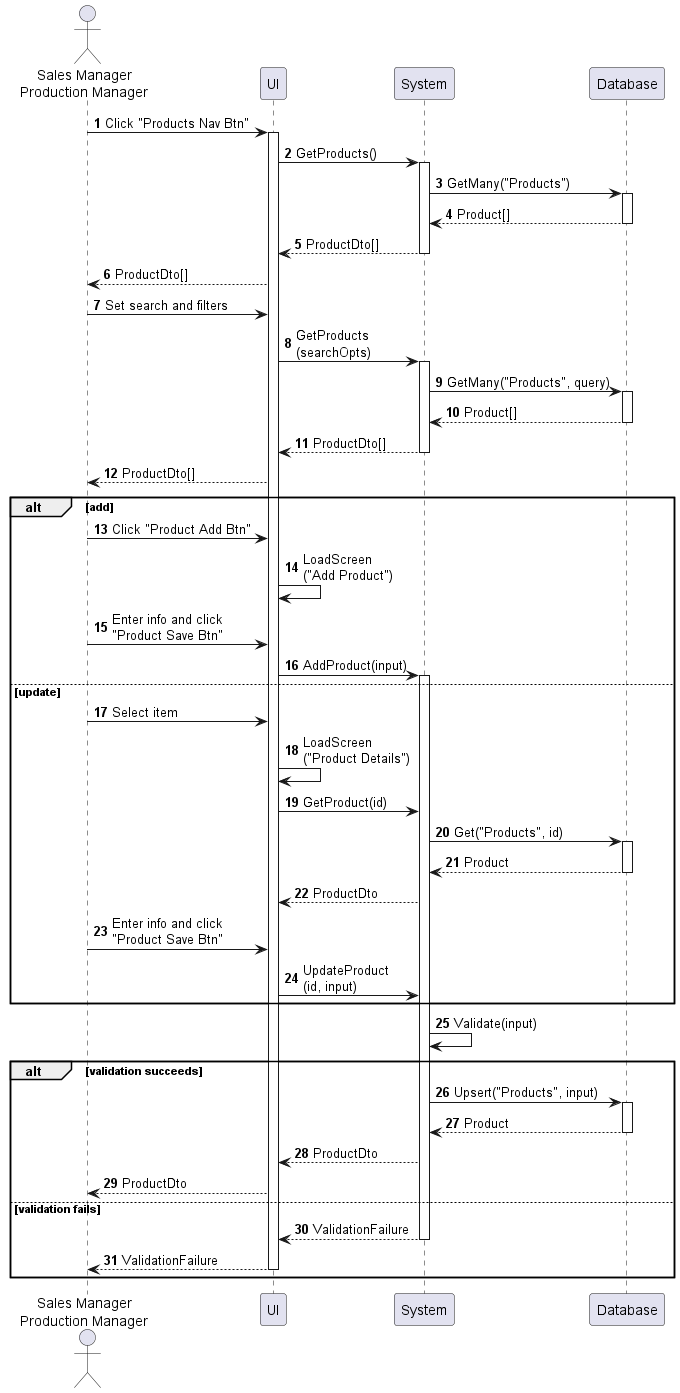
This is sequences/product-enter.png from phihungha/scmss-reqs, a PlantUML export, as it was before one commit.
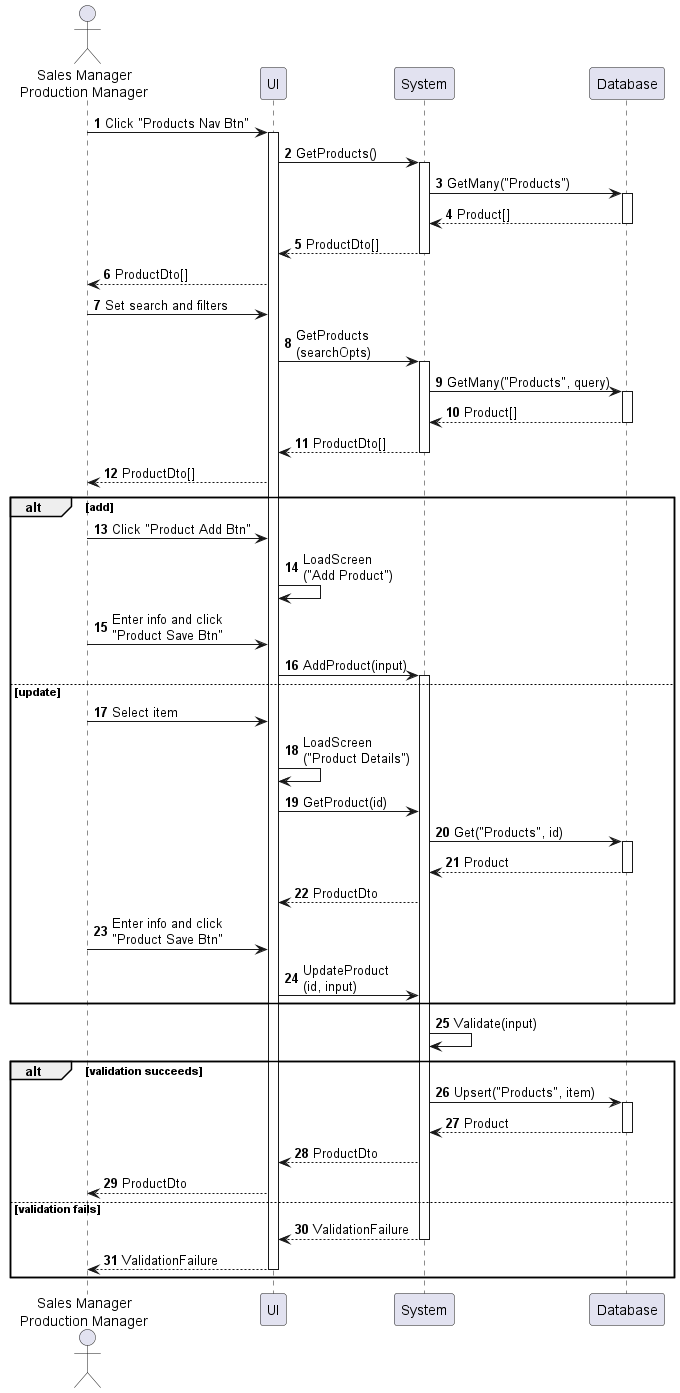
Later version of the same file.

Diff of the diagram source:
```diff
@@ -45,7 +45,7 @@
 b -> b : Validate(input)
 
 alt validation succeeds
-    b -> d : Upsert("Products", input)
+    b -> d : Upsert("Products", item)
     activate d
     return Product
     b --> f : ProductDto
```
